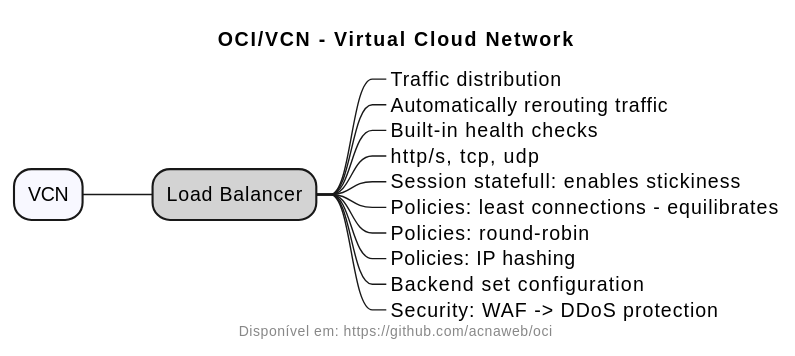
The PlantUML diagram assets/docs/src/load_balancer/load_balancer.svg in acnaweb/oci, before a commit. Source of this version:
```plantuml
@startmindmap

Title "OCI/VCN - Virtual Cloud Network"
footer Disponível em: https://github.com/acnaweb/oci

*[#F8F8FF]  VCN

**[#LightGray] Load Balancer
***_ Traffic distribution
***_ Automatically rerouting traffic
***_ Built-in health checks
***_ http/s, tcp, udp
***_ Session statefull: enables stickiness
***_ Policies: least connections - equilibrates
***_ Policies: round-robin
***_ Policies: IP hashing
***_ Backend set configuration
***_ Security: WAF -> DDoS protection

@endmindmap
```
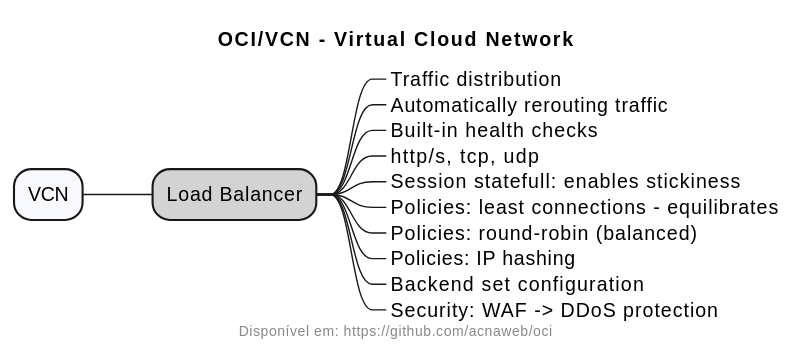
After the commit.

The edit, as a diff of the source:
```diff
@@ -12,7 +12,7 @@
 ***_ http/s, tcp, udp
 ***_ Session statefull: enables stickiness
 ***_ Policies: least connections - equilibrates
-***_ Policies: round-robin
+***_ Policies: round-robin (balanced)
 ***_ Policies: IP hashing
 ***_ Backend set configuration
 ***_ Security: WAF -> DDoS protection
```
